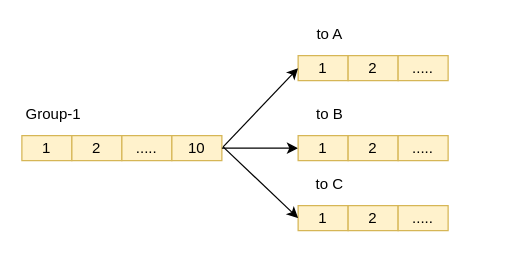
Above: arch/im/writeMode.drawio in zhangchuhu/drawio (draw.io), before the change. Source tidied: cells renumbered, new cells numbered last; positions are measured from the earlier drawing's top-left corner, leaving out a move shared by most shapes. Both pictures are drawn from the tidied source at 125%, with x=0, y=0 at pixel (21, 21).
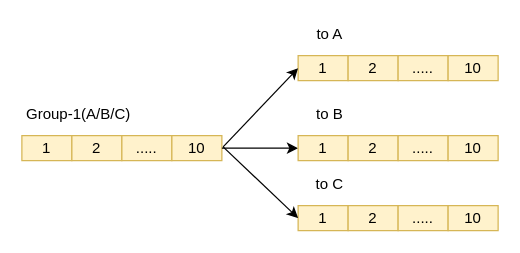
The same page after the edit.

Diff of the diagram source:
```diff
@@
-    <mxCell id="6" value="Group-1" style="text;html=1;strokeColor=none;fillColor=none;align=center;verticalAlign=middle;whiteSpace=wrap;rounded=0;" parent="1" vertex="1">
-      <mxGeometry y="64" width="51" height="20" as="geometry" />
+    <mxCell id="6" value="Group-1(A/B/C)" style="text;html=1;strokeColor=none;fillColor=none;align=center;verticalAlign=middle;whiteSpace=wrap;rounded=0;" parent="1" vertex="1">
+      <mxGeometry y="64" width="91" height="20" as="geometry" />
     </mxCell>
@@
+    <mxCell id="22" value="10" style="rounded=0;whiteSpace=wrap;html=1;fillColor=#fff2cc;strokeColor=#d6b656;" parent="1" vertex="1">
+      <mxGeometry x="341" y="27" width="40" height="20" as="geometry" />
+    </mxCell>
+    <mxCell id="23" value="10" style="rounded=0;whiteSpace=wrap;html=1;fillColor=#fff2cc;strokeColor=#d6b656;" parent="1" vertex="1">
+      <mxGeometry x="341" y="91" width="40" height="20" as="geometry" />
+    </mxCell>
+    <mxCell id="24" value="10" style="rounded=0;whiteSpace=wrap;html=1;fillColor=#fff2cc;strokeColor=#d6b656;" parent="1" vertex="1">
+      <mxGeometry x="341" y="147" width="40" height="20" as="geometry" />
+    </mxCell>
```
